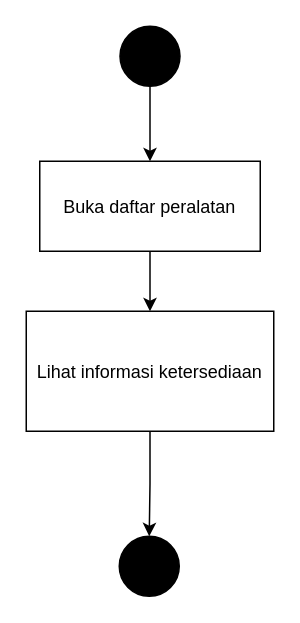
The draw.io diagram 03_latihan_tools/P01/_P01_2406019_latihan_activity_v01.drawio in Wildan2406019/IFRWP5149_2406019_LabAlat, before the edit. Source tidied: cells renumbered, new cells numbered last; positions are measured from the earlier drawing's top-left corner, leaving out a move shared by most shapes. Both pictures are drawn from the tidied source at 150%, with x=0, y=0 at pixel (26, 26).
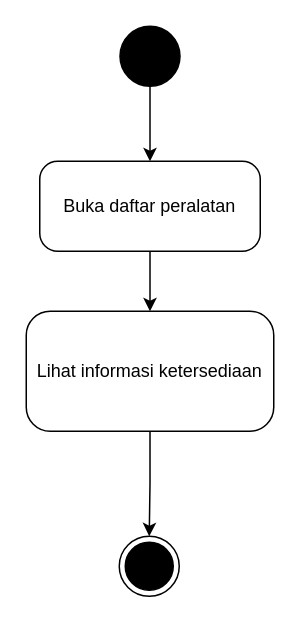
Above is the later version.

Commit message (it also covers changes not shown here):
Memperbaiki notasi activity diagram P01 dan gambar ekspor

The edit, as a diff of the source:
```diff
@@
 <mxGraphModel>
   <root>
     <mxCell id="0" />
     <mxCell id="1" parent="0" />
     <mxCell id="2" style="edgeStyle=orthogonalEdgeStyle;rounded=0;jettySize=auto;html=1;" parent="1" edge="1" source="3" target="6">
       <mxGeometry relative="1" as="geometry" />
     </mxCell>
     <mxCell id="3" style="ellipse;fillColor=strokeColor;html=1;" parent="1" vertex="1">
       <mxGeometry x="62.5" width="40" height="40" as="geometry" />
     </mxCell>
-    <mxCell id="4" style="ellipse;fillColor=strokeColor;html=1;" parent="1" vertex="1">
+    <mxCell id="4" style="shape=endState;fillColor=#000000;strokeColor=#000000;html=1;" parent="1" vertex="1">
       <mxGeometry x="62" y="340" width="40" height="40" as="geometry" />
     </mxCell>
     <mxCell id="5" style="edgeStyle=orthogonalEdgeStyle;rounded=0;jettySize=auto;html=1;" parent="1" edge="1" source="6" target="8">
       <mxGeometry relative="1" as="geometry" />
     </mxCell>
-    <mxCell id="6" value="Buka daftar peralatan" parent="1" vertex="1">
+    <mxCell id="6" value="Buka daftar peralatan" style="rounded=1;whiteSpace=wrap;html=1;arcSize=20;" parent="1" vertex="1">
       <mxGeometry x="9" y="90" width="147" height="60" as="geometry" />
     </mxCell>
     <mxCell id="7" style="edgeStyle=orthogonalEdgeStyle;rounded=0;jettySize=auto;html=1;" parent="1" edge="1" source="8" target="4">
       <mxGeometry relative="1" as="geometry" />
     </mxCell>
-    <mxCell id="8" value="Lihat informasi ketersediaan" parent="1" vertex="1">
+    <mxCell id="8" value="Lihat informasi ketersediaan" style="rounded=1;whiteSpace=wrap;html=1;arcSize=20;" parent="1" vertex="1">
       <mxGeometry y="190" width="165" height="80" as="geometry" />
     </mxCell>
   </root>
 </mxGraphModel>
```
